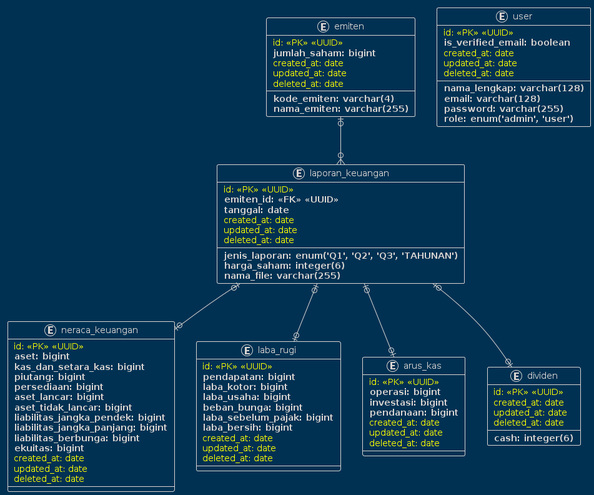
This is erd-laporan-keuangan/laporan_emiten.png from lukmanharun1/laporan_keuangan, a PlantUML export, as it was before one commit.
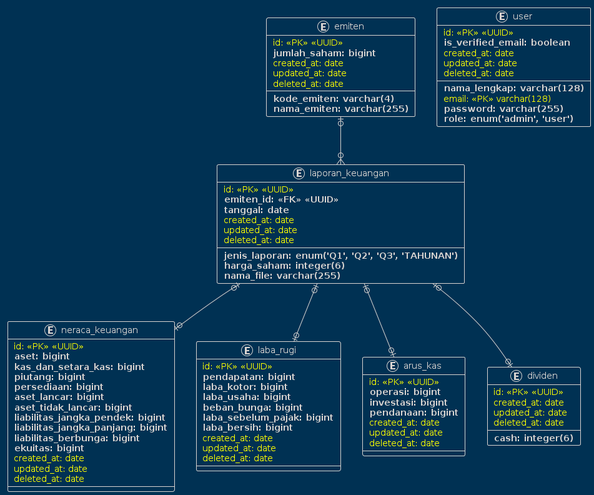
Above is the later version.

Commit message:
menambahakn email jadi primary key erd (user)

Change to the diagram source:
```diff
@@ -73,7 +73,7 @@
   entity user {
     <color:yellow> id: <<PK>> <<UUID>></color>
     ** nama_lengkap: varchar(128) **
-    ** email: varchar(128) **
+    <color:yellow> email: <<PK>> varchar(128)</color>
     ** password: varchar(255) **
     ** is_verified_email: boolean **
     ** role: enum('admin', 'user') **
```
